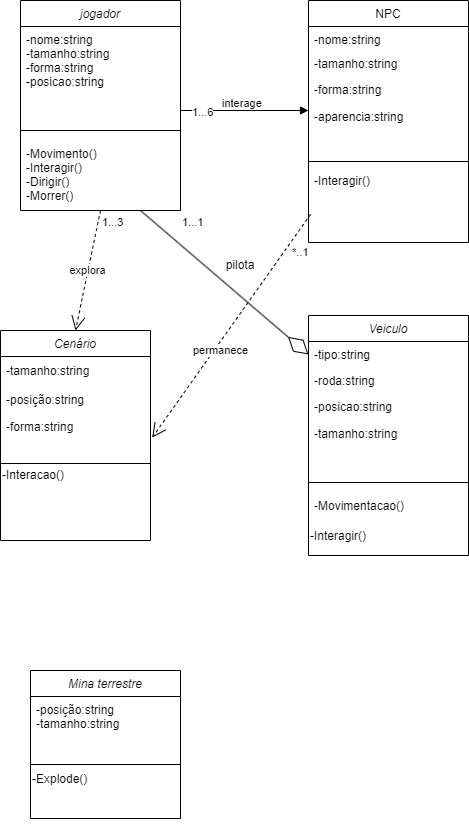
The draw.io diagram Diagrama jogo musica Unity.drawio.png in lucasnoelgb/2jdprojetomusica, before a commit. Source tidied: cells renumbered, new cells last; positions are measured from the earlier drawing's top-left corner, leaving out a move shared by most shapes.
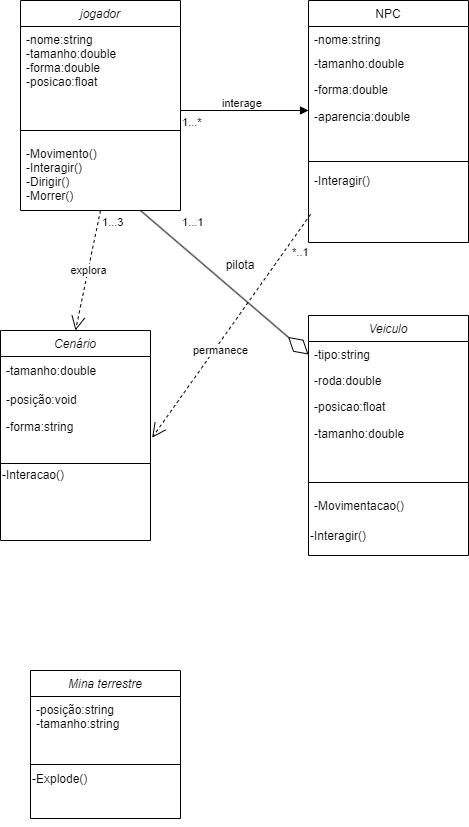
After the commit.

Commit message:
arrumando "strings"

Diff of the diagram source:
```diff
@@ -5,7 +5,7 @@
     <mxCell id="2" value="jogador" style="swimlane;fontStyle=2;align=center;verticalAlign=top;horizontal=1;startSize=26;rounded=0;shadow=0;strokeWidth=1;" parent="1" vertex="1">
       <mxGeometry x="20" width="160" height="210" as="geometry" />
     </mxCell>
-    <mxCell id="3" value="-nome:string&#10;-tamanho:string&#10;-forma:string&#10;-posicao:string&#10;" style="text;align=left;verticalAlign=top;spacingLeft=4;spacingRight=4;overflow=hidden;" parent="2" vertex="1">
+    <mxCell id="3" value="-nome:string&#10;-tamanho:double&#10;-forma:double&#10;-posicao:float&#10;&#10;&#10;&#10;" style="text;align=left;verticalAlign=top;spacingLeft=4;spacingRight=4;overflow=hidden;" parent="2" vertex="1">
       <mxGeometry y="26" width="160" height="94" as="geometry" />
     </mxCell>
     <mxCell id="4" style="line;html=1;strokeWidth=1;align=left;verticalAlign=middle;spacingTop=-1;spacingLeft=3;spacingRight=3;labelPosition=right;" parent="2" vertex="1">
@@ -20,13 +20,13 @@
     <mxCell id="7" value="-nome:string" style="text;align=left;verticalAlign=top;spacingLeft=4;spacingRight=4;overflow=hidden;" parent="6" vertex="1">
       <mxGeometry y="26" width="160" height="24" as="geometry" />
     </mxCell>
-    <mxCell id="8" value="-tamanho:string&#10;" style="text;align=left;verticalAlign=top;spacingLeft=4;spacingRight=4;overflow=hidden;rounded=0;shadow=0;html=0;" parent="6" vertex="1">
+    <mxCell id="8" value="-tamanho:double&#10;&#10;" style="text;align=left;verticalAlign=top;spacingLeft=4;spacingRight=4;overflow=hidden;rounded=0;shadow=0;html=0;" parent="6" vertex="1">
       <mxGeometry y="50" width="160" height="26" as="geometry" />
     </mxCell>
-    <mxCell id="9" value="-forma:string&#10;" style="text;align=left;verticalAlign=top;spacingLeft=4;spacingRight=4;overflow=hidden;rounded=0;shadow=0;html=0;" parent="6" vertex="1">
+    <mxCell id="9" value="-forma:double&#10;&#10;" style="text;align=left;verticalAlign=top;spacingLeft=4;spacingRight=4;overflow=hidden;rounded=0;shadow=0;html=0;" parent="6" vertex="1">
       <mxGeometry y="76" width="160" height="26" as="geometry" />
     </mxCell>
-    <mxCell id="10" value="-aparencia:string" style="text;html=1;strokeColor=none;fillColor=none;align=left;verticalAlign=middle;whiteSpace=wrap;rounded=0;spacingLeft=4;" parent="6" vertex="1">
+    <mxCell id="10" value="-aparencia:double" style="text;html=1;strokeColor=none;fillColor=none;align=left;verticalAlign=middle;whiteSpace=wrap;rounded=0;spacingLeft=4;" parent="6" vertex="1">
       <mxGeometry y="102" width="160" height="30" as="geometry" />
     </mxCell>
     <mxCell id="11" style="line;html=1;strokeWidth=1;align=left;verticalAlign=middle;spacingTop=-1;spacingLeft=3;spacingRight=3;labelPosition=right;" parent="6" vertex="1">
@@ -38,10 +38,10 @@
     <mxCell id="13" value="Cenário" style="swimlane;fontStyle=2;align=center;verticalAlign=top;horizontal=1;startSize=26;rounded=0;shadow=0;strokeWidth=1;" parent="1" vertex="1">
       <mxGeometry y="330" width="150" height="210" as="geometry" />
     </mxCell>
-    <mxCell id="14" value="-tamanho:string" style="text;html=1;align=left;verticalAlign=middle;strokeColor=none;fillColor=none;spacingLeft=4;" parent="13" vertex="1">
+    <mxCell id="14" value="-tamanho:double" style="text;html=1;align=left;verticalAlign=middle;strokeColor=none;fillColor=none;spacingLeft=4;" parent="13" vertex="1">
       <mxGeometry y="26" width="150" height="30" as="geometry" />
     </mxCell>
-    <mxCell id="15" value="-posição:string" style="text;align=left;verticalAlign=top;spacingLeft=4;spacingRight=4;overflow=hidden;" parent="13" vertex="1">
+    <mxCell id="15" value="-posição:void" style="text;align=left;verticalAlign=top;spacingLeft=4;spacingRight=4;overflow=hidden;" parent="13" vertex="1">
       <mxGeometry y="56" width="150" height="26" as="geometry" />
     </mxCell>
     <mxCell id="16" value="-forma:string" style="text;html=1;align=left;verticalAlign=middle;points=[];strokeColor=none;fillColor=none;spacingLeft=4;" parent="13" vertex="1">
@@ -62,13 +62,13 @@
     <mxCell id="21" value="-tipo:string" style="text;align=left;verticalAlign=top;spacingLeft=4;spacingRight=4;overflow=hidden;points=[[0,0.5],[1,0.5]];portConstraint=eastwest;" parent="20" vertex="1">
       <mxGeometry y="26" width="160" height="26" as="geometry" />
     </mxCell>
-    <mxCell id="22" value="-roda:string" style="text;align=left;verticalAlign=top;spacingLeft=4;spacingRight=4;overflow=hidden;rounded=0;shadow=0;html=0;" parent="20" vertex="1">
+    <mxCell id="22" value="-roda:double&#10;" style="text;align=left;verticalAlign=top;spacingLeft=4;spacingRight=4;overflow=hidden;rounded=0;shadow=0;html=0;" parent="20" vertex="1">
       <mxGeometry y="52" width="160" height="26" as="geometry" />
     </mxCell>
-    <mxCell id="23" value="-posicao:string" style="text;align=left;verticalAlign=top;spacingLeft=4;spacingRight=4;overflow=hidden;rounded=0;shadow=0;html=0;" parent="20" vertex="1">
+    <mxCell id="23" value="-posicao:float" style="text;align=left;verticalAlign=top;spacingLeft=4;spacingRight=4;overflow=hidden;rounded=0;shadow=0;html=0;" parent="20" vertex="1">
       <mxGeometry y="78" width="160" height="26" as="geometry" />
     </mxCell>
-    <mxCell id="24" value="-tamanho:string" style="text;html=1;align=left;verticalAlign=middle;strokeColor=none;fillColor=none;spacingLeft=4;" parent="20" vertex="1">
+    <mxCell id="24" value="-tamanho:double" style="text;html=1;align=left;verticalAlign=middle;strokeColor=none;fillColor=none;spacingLeft=4;" parent="20" vertex="1">
       <mxGeometry y="104" width="160" height="30" as="geometry" />
     </mxCell>
     <mxCell id="25" style="line;html=1;strokeWidth=1;align=left;verticalAlign=middle;spacingTop=-1;spacingLeft=3;spacingRight=3;labelPosition=right;" parent="20" vertex="1">
@@ -116,9 +116,9 @@
         <mxPoint y="120" as="offset" />
       </mxGeometry>
     </mxCell>
-    <mxCell id="37" value="1...6" style="edgeLabel;html=1;align=left;verticalAlign=bottom;" parent="33" vertex="1">
+    <mxCell id="37" value="1...*" style="edgeLabel;html=1;align=left;verticalAlign=bottom;" parent="33" vertex="1">
       <mxGeometry x="-1" relative="1" as="geometry">
-        <mxPoint x="10" y="10" as="offset" />
+        <mxPoint y="20" as="offset" />
       </mxGeometry>
     </mxCell>
     <mxCell id="38" value="explora&lt;br&gt;" style="endArrow=open;endSize=12;dashed=1;html=1;rounded=0;entryX=0.5;entryY=0;entryDx=0;entryDy=0;exitX=0.5;exitY=1;exitDx=0;exitDy=0;" parent="1" edge="1" source="2" target="13">
```
